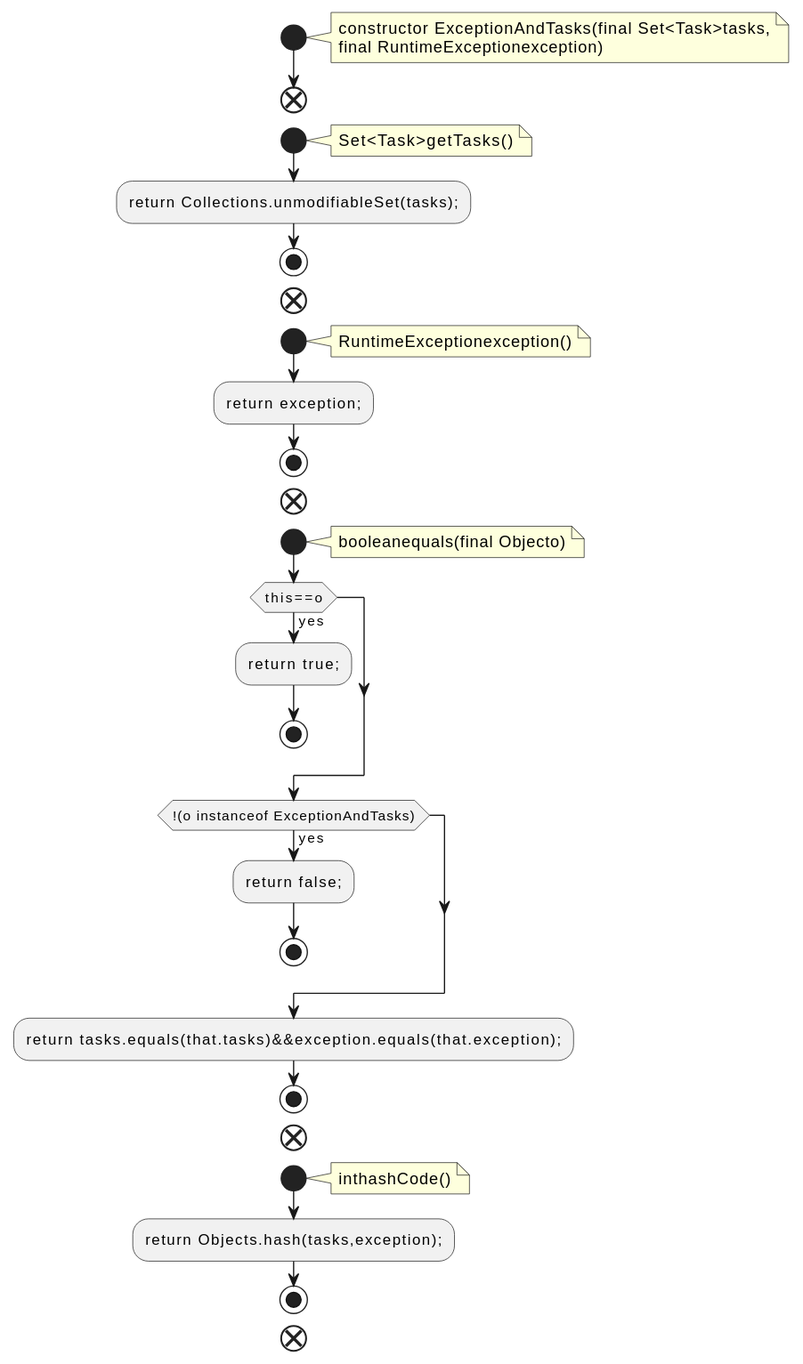
Above: docs/qc/streams/src/main/java/org/apache/kafka/streams/processor/internals/StateUpdater.java.fct.svg in qualitesys/kafka (PlantUML), before the change.
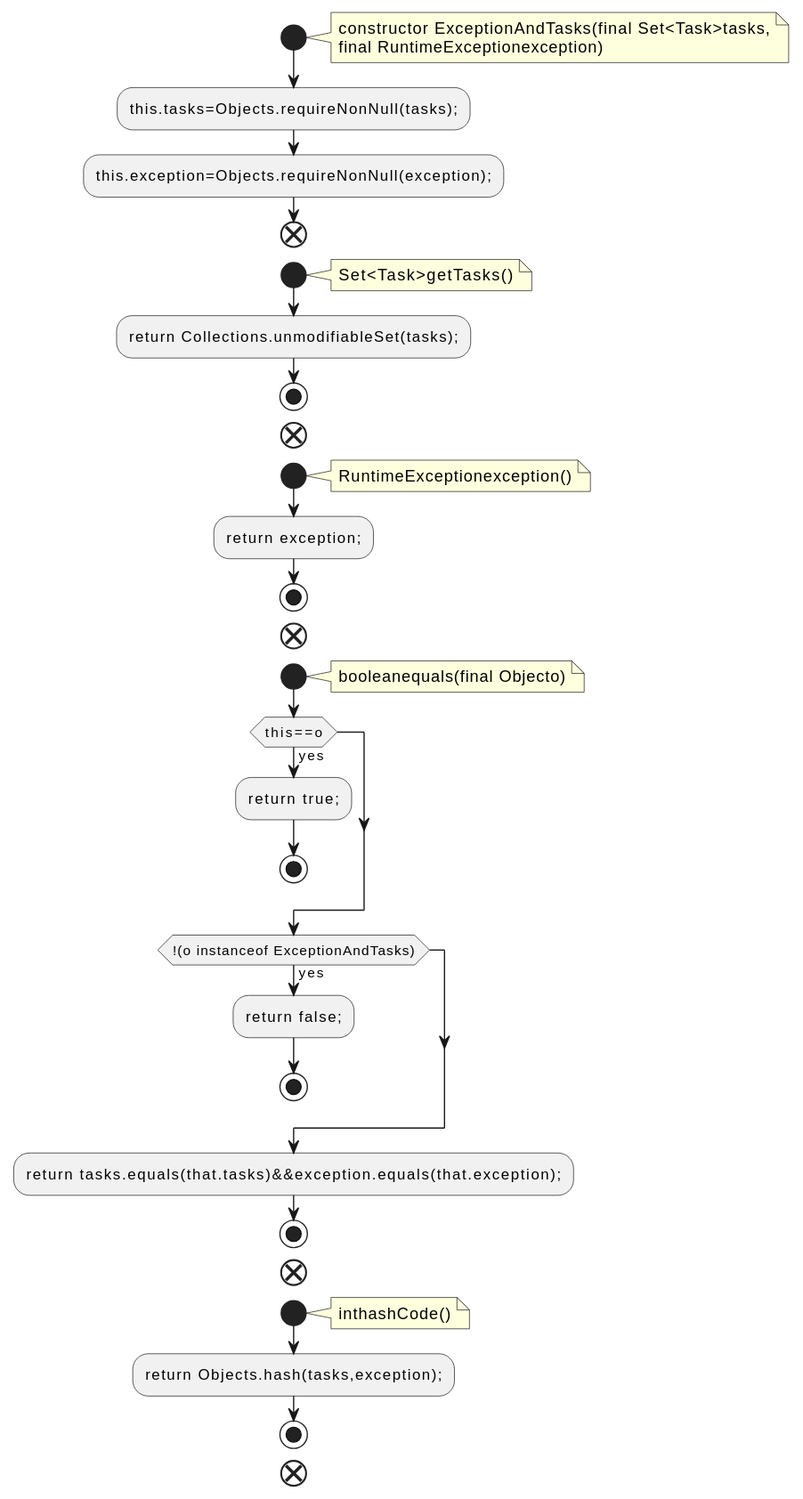
Later version of the same file.

Diff of the diagram source:
```diff
@@ -5,6 +5,8 @@
 constructor ExceptionAndTasks(final Set<Task>tasks,
 final RuntimeExceptionexception)
 end note
+:this.tasks=Objects.requireNonNull(tasks);;
+:this.exception=Objects.requireNonNull(exception);;
 end
 start
 note right
```
